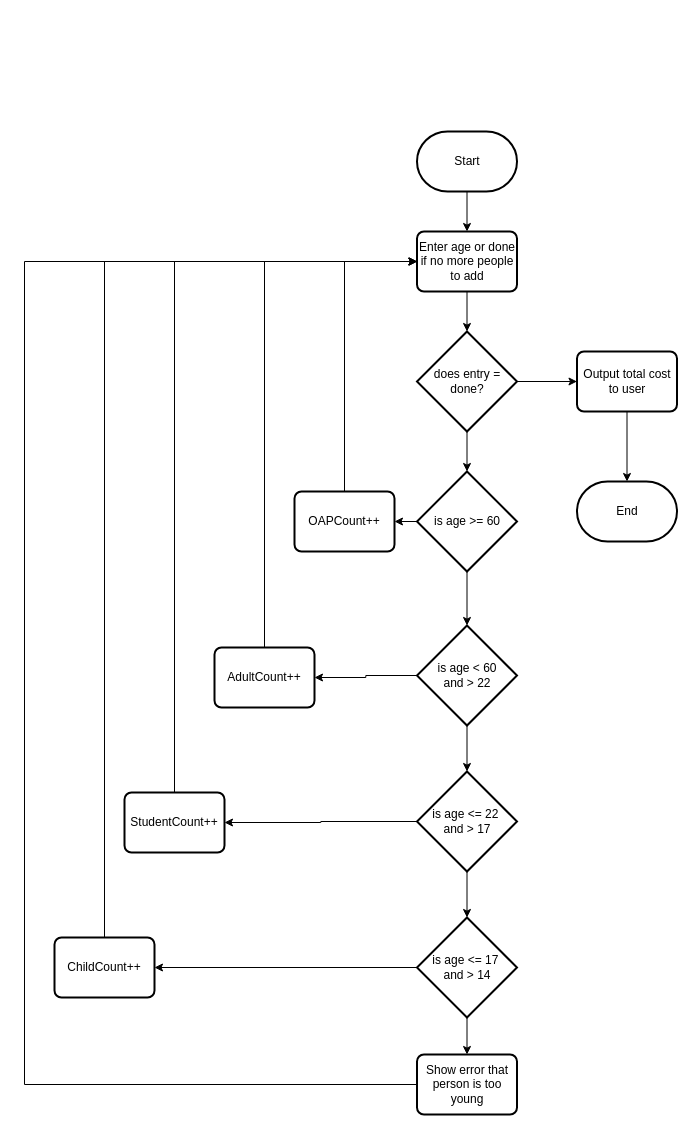
Earlier version of the draw.io diagram Flowchart Design.drawio (emilylikescake/school-music-festival). Source tidied: cells renumbered, new cells numbered last; positions are measured from the earlier drawing's top-left corner, leaving out a move shared by most shapes. Both pictures are drawn from the tidied source at 100%, with x=0, y=0 at pixel (24, 131).
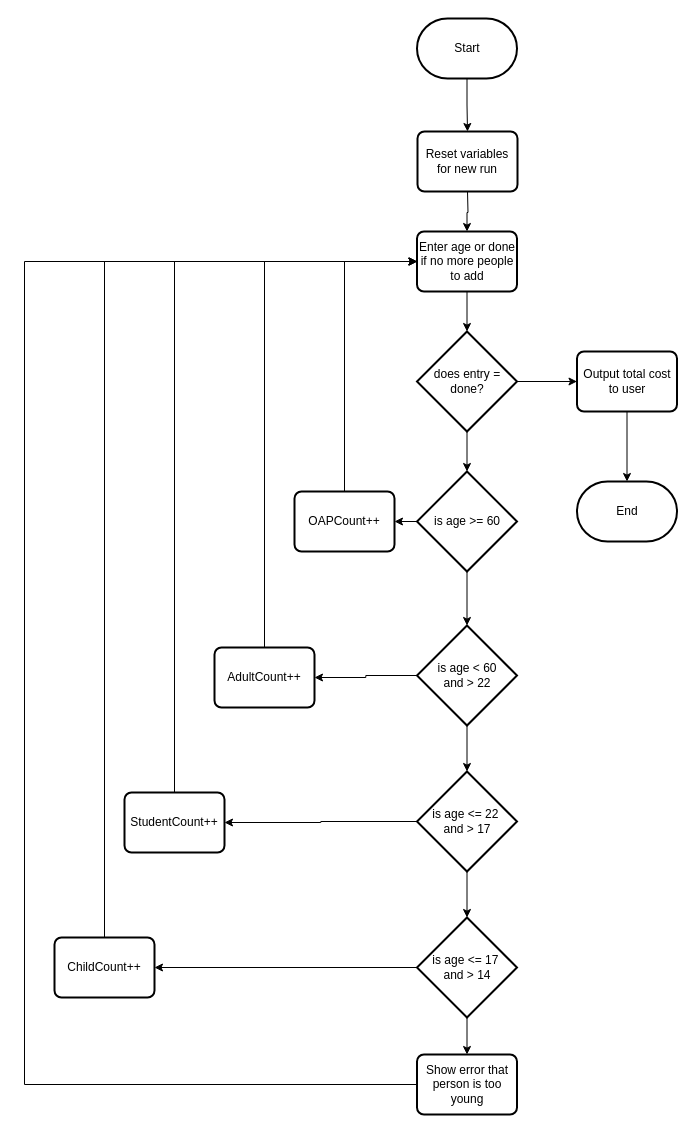
The same page after the edit.

The change refers to these unchanged cells:
```xml
<mxCell id="5" value="Enter age or done if no more people to add" style="rounded=1;whiteSpace=wrap;html=1;absoluteArcSize=1;arcSize=14;strokeWidth=2;" parent="1" vertex="1">
  <mxGeometry x="392.5" y="100" width="100" height="60" as="geometry" />
</mxCell>
```

The edit, as a diff of the source:
```diff
@@
-    <mxCell id="2" style="edgeStyle=orthogonalEdgeStyle;rounded=0;jettySize=auto;html=1;exitX=0.5;exitY=1;exitDx=0;exitDy=0;exitPerimeter=0;" parent="1" edge="1" source="3" target="5">
-      <mxGeometry relative="1" as="geometry" />
+    <mxCell id="2" style="edgeStyle=orthogonalEdgeStyle;rounded=0;jettySize=auto;html=1;exitX=0.5;exitY=1;exitDx=0;exitDy=0;exitPerimeter=0;" parent="1" edge="1" target="5">
+      <mxGeometry relative="1" as="geometry">
+        <mxPoint x="443" y="60" as="sourcePoint" />
+      </mxGeometry>
     </mxCell>
+    <mxCell id="34" style="edgeStyle=orthogonalEdgeStyle;rounded=0;jettySize=auto;html=1;exitX=0.5;exitY=1;exitDx=0;exitDy=0;exitPerimeter=0;" parent="1" edge="1" source="3" target="35">
+      <mxGeometry relative="1" as="geometry" />
+    </mxCell>
     <mxCell id="3" value="Start" style="strokeWidth=2;html=1;shape=mxgraph.flowchart.terminator;whiteSpace=wrap;" parent="1" vertex="1">
-      <mxGeometry x="392.5" width="100" height="60" as="geometry" />
+      <mxGeometry x="392.5" y="-113" width="100" height="60" as="geometry" />
     </mxCell>
@@
+    <mxCell id="35" value="Reset variables for new run" style="rounded=1;whiteSpace=wrap;html=1;absoluteArcSize=1;arcSize=14;strokeWidth=2;" parent="1" vertex="1">
+      <mxGeometry x="393" width="100" height="60" as="geometry" />
+    </mxCell>
```
